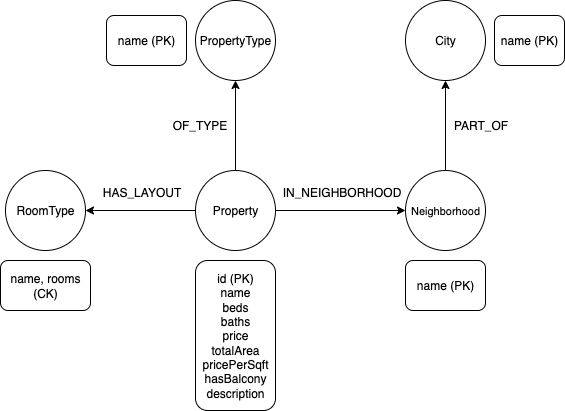
jatin9909/FindMyHome keeps this draw.io diagram as imgs/Untitled Diagram (1).png. Above is the earlier version. Source tidied: cells renumbered, new cells last; positions are measured from the earlier drawing's top-left corner, leaving out a move shared by most shapes.
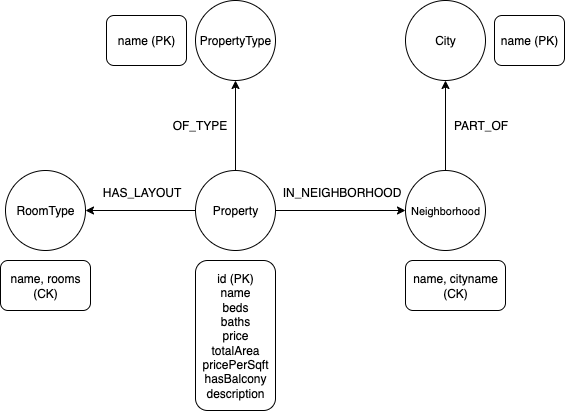
The same diagram one commit later.

Commit message:
changed graphdata schema

Diff of the diagram source:
```diff
@@ -27,8 +27,8 @@
     <mxCell id="8" value="IN_NEIGHBORHOOD" style="text;html=1;align=center;verticalAlign=middle;strokeColor=none;fillColor=none;" parent="1" vertex="1">
       <mxGeometry x="271" y="177" width="140" height="30" as="geometry" />
     </mxCell>
-    <mxCell id="9" value="name (PK)" style="rounded=1;whiteSpace=wrap;html=1;" parent="1" vertex="1">
-      <mxGeometry x="405" y="260" width="80" height="50" as="geometry" />
+    <mxCell id="9" value="name, cityname (CK)" style="rounded=1;whiteSpace=wrap;html=1;" parent="1" vertex="1">
+      <mxGeometry x="405" y="260" width="100" height="50" as="geometry" />
     </mxCell>
     <mxCell id="10" value="RoomType" style="ellipse;whiteSpace=wrap;html=1;" parent="1" vertex="1">
       <mxGeometry x="5" y="170" width="80" height="80" as="geometry" />
```
